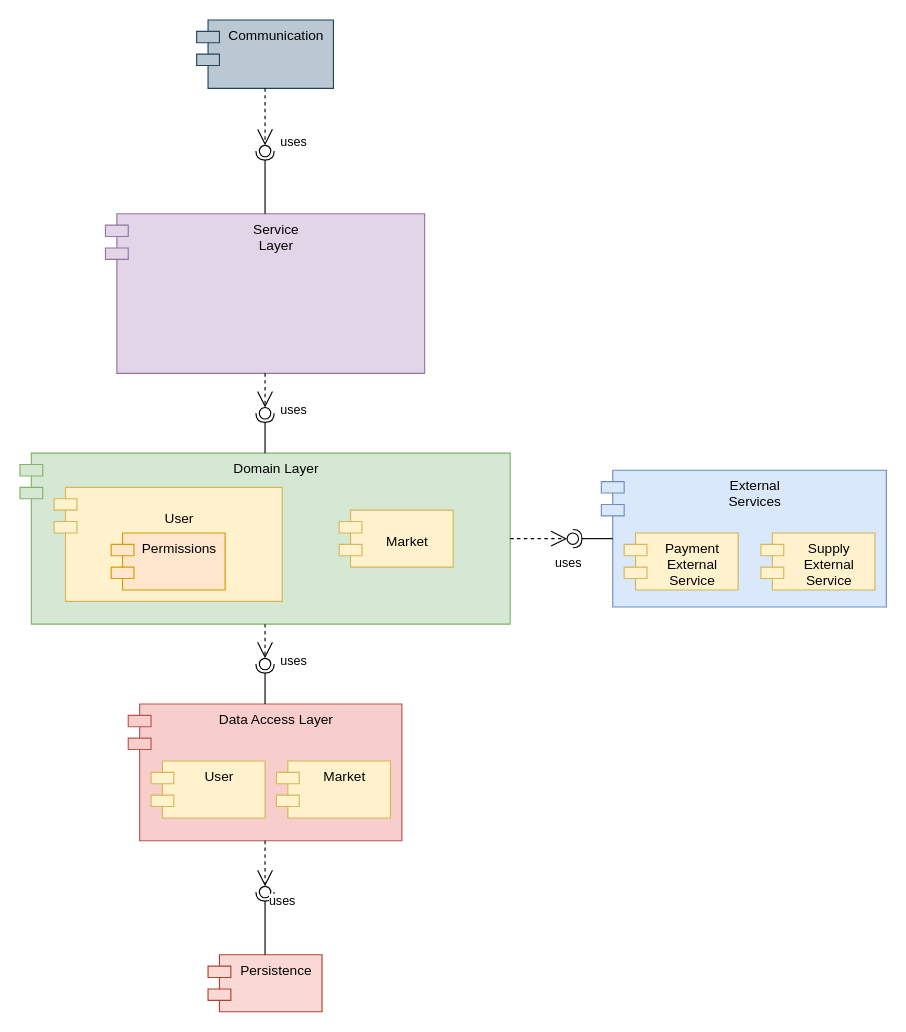
The draw.io diagram page "Component Diagram" (2 of 2) of Workshop.drawio in itaitzruia4/Workshop, before the edit. Source tidied: cells renumbered, new cells numbered last; positions are measured from the earlier drawing's top-left corner, leaving out a move shared by most shapes. Both pictures are drawn from the tidied source at 114%, with x=0, y=0 at pixel (19, 19).
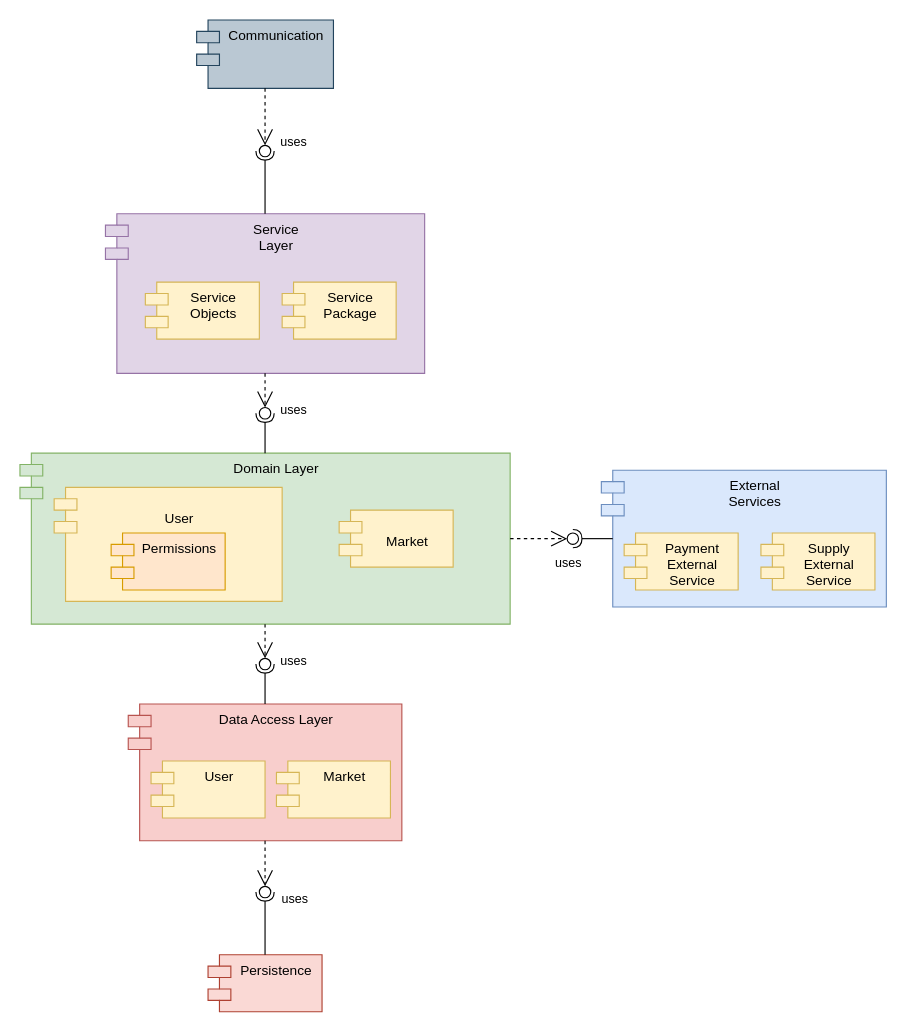
After the change.

The change refers to these unchanged cells:
```xml
<mxCell id="32" style="endArrow=open;endSize=12;dashed=1;html=1;rounded=0;" parent="1" edge="1" source="2" target="31">
  <mxGeometry x="0.47" y="-72" relative="1" as="geometry" />
</mxCell>
```

What changed in the source:
```diff
@@
     <mxCell id="33" value="uses" style="edgeLabel;html=1;align=center;verticalAlign=middle;" parent="32" vertex="1">
       <mxGeometry x="0.52" y="2" relative="1" as="geometry">
-        <mxPoint x="12" y="22" as="offset" />
+        <mxPoint x="23" y="20" as="offset" />
       </mxGeometry>
     </mxCell>
@@
+    <mxCell id="36" value="Service&#10;Objects" style="shape=module;align=left;spacingLeft=20;align=center;verticalAlign=top;fillColor=#fff2cc;strokeColor=#d6b656;" parent="1" vertex="1">
+      <mxGeometry x="110" y="230" width="100" height="50" as="geometry" />
+    </mxCell>
+    <mxCell id="37" value="Service&#10;Package" style="shape=module;align=left;spacingLeft=20;align=center;verticalAlign=top;fillColor=#fff2cc;strokeColor=#d6b656;" parent="1" vertex="1">
+      <mxGeometry x="230" y="230" width="100" height="50" as="geometry" />
+    </mxCell>
```
